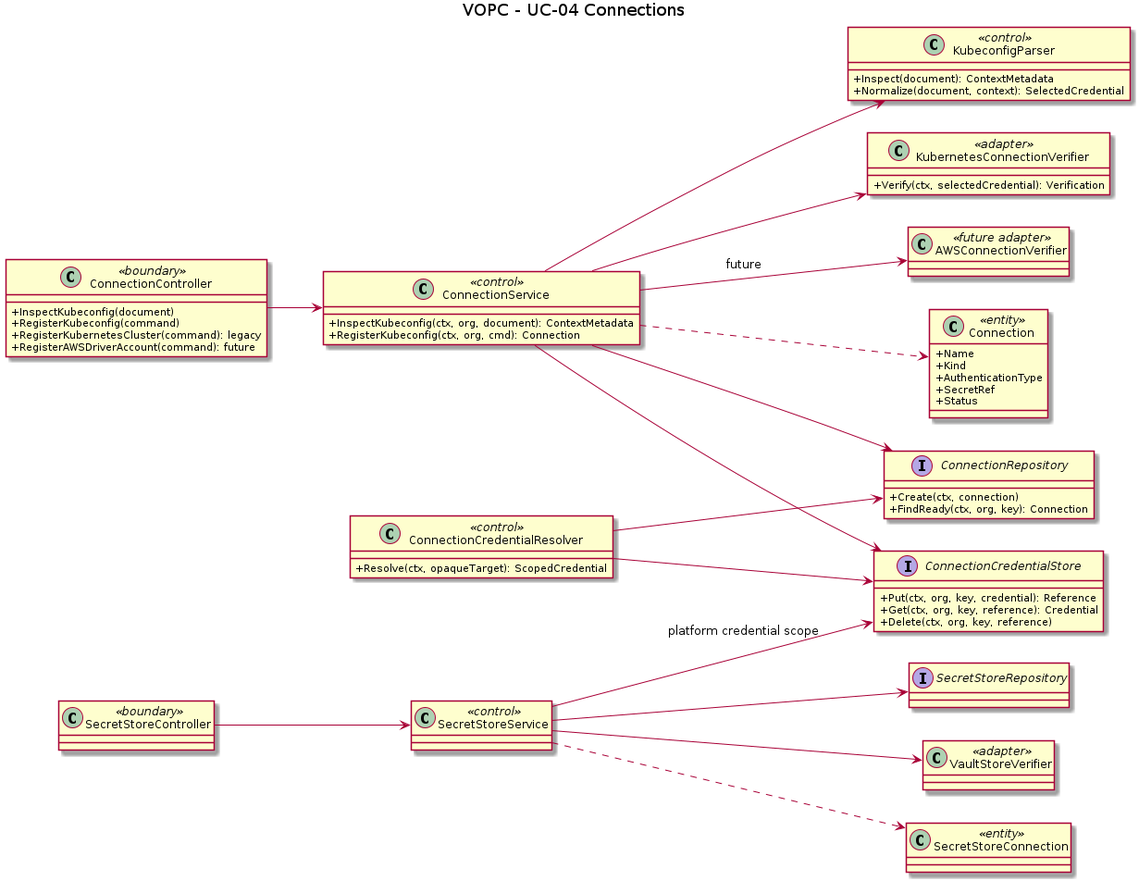
Before: orchestrator_docs/usecase/UC-04/vopc.png, a diagram exported from PlantUML (pr3s3nt/poc). Its source is kept beside it as orchestrator_docs/usecase/UC-04/vopc.puml.
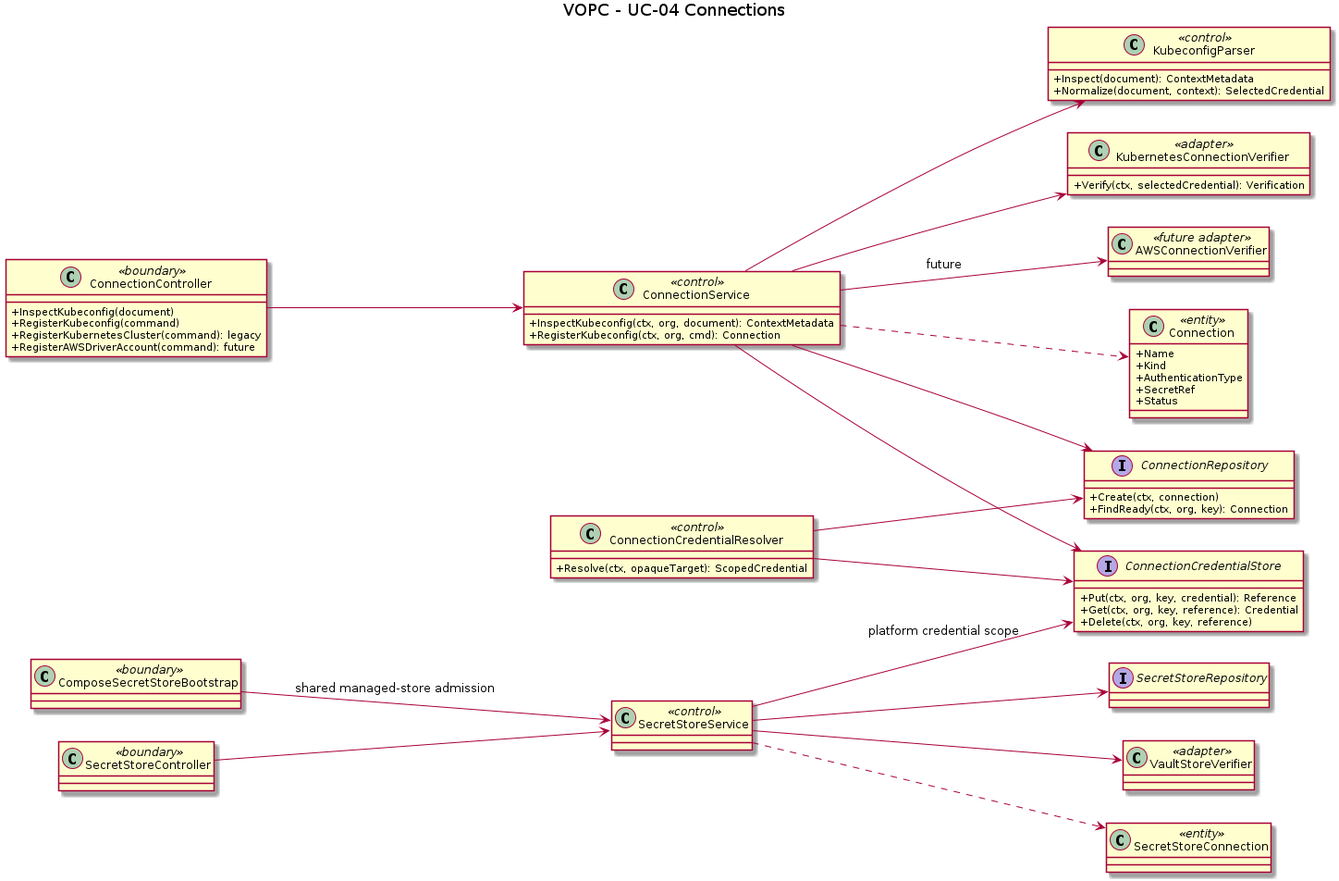
Above is the later version.

Diff of the diagram source:
```diff
@@ -58,4 +58,6 @@
 SecretStoreService --> SecretStoreRepository
 SecretStoreService --> ConnectionCredentialStore : platform credential scope
 SecretStoreService ..> SecretStoreConnection
+class ComposeSecretStoreBootstrap <<boundary>>
+ComposeSecretStoreBootstrap --> SecretStoreService : shared managed-store admission
 @enduml
```
